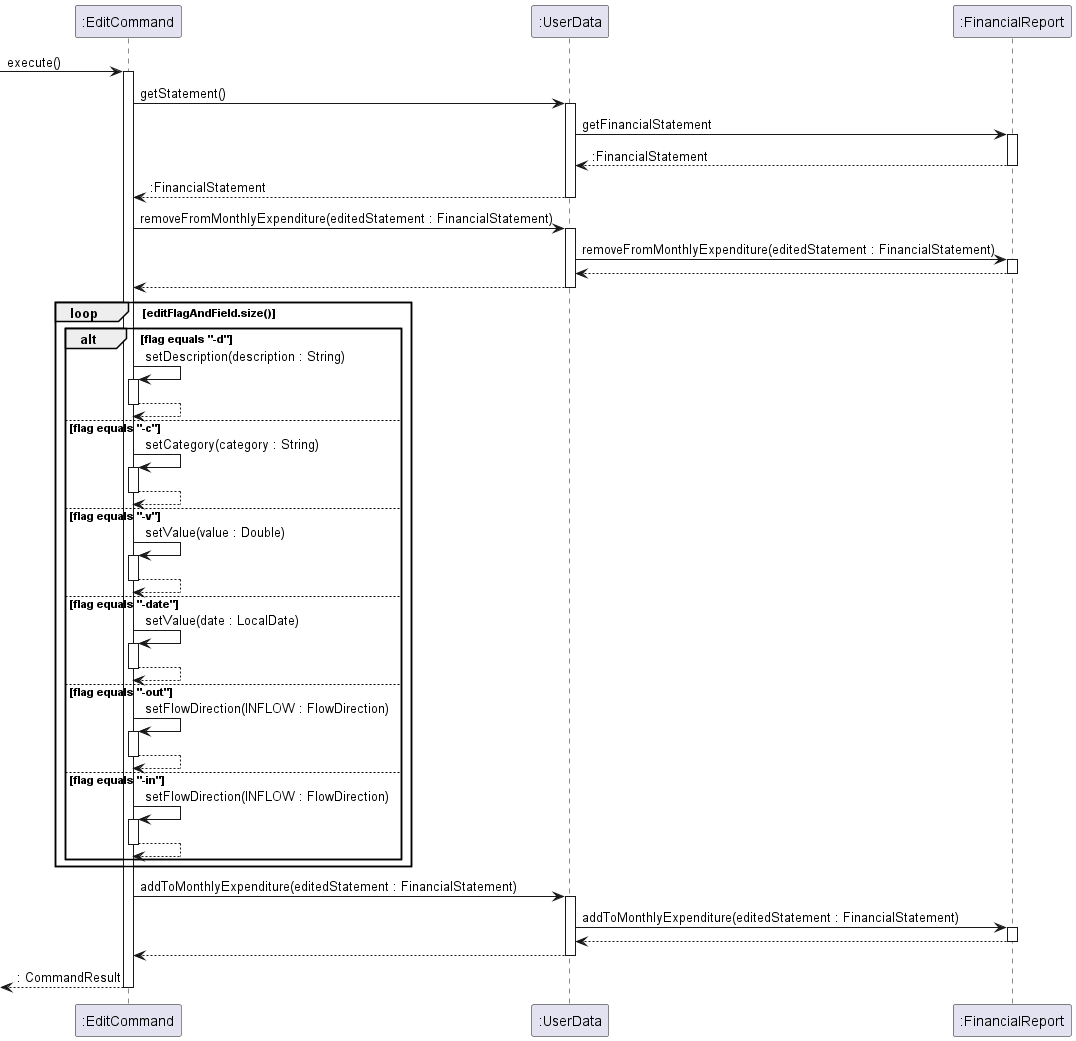
Before: docs/images/DeveloperGuide/EditCommand.png, a diagram exported from PlantUML (nus-cs2113-AY2223S2/tp).
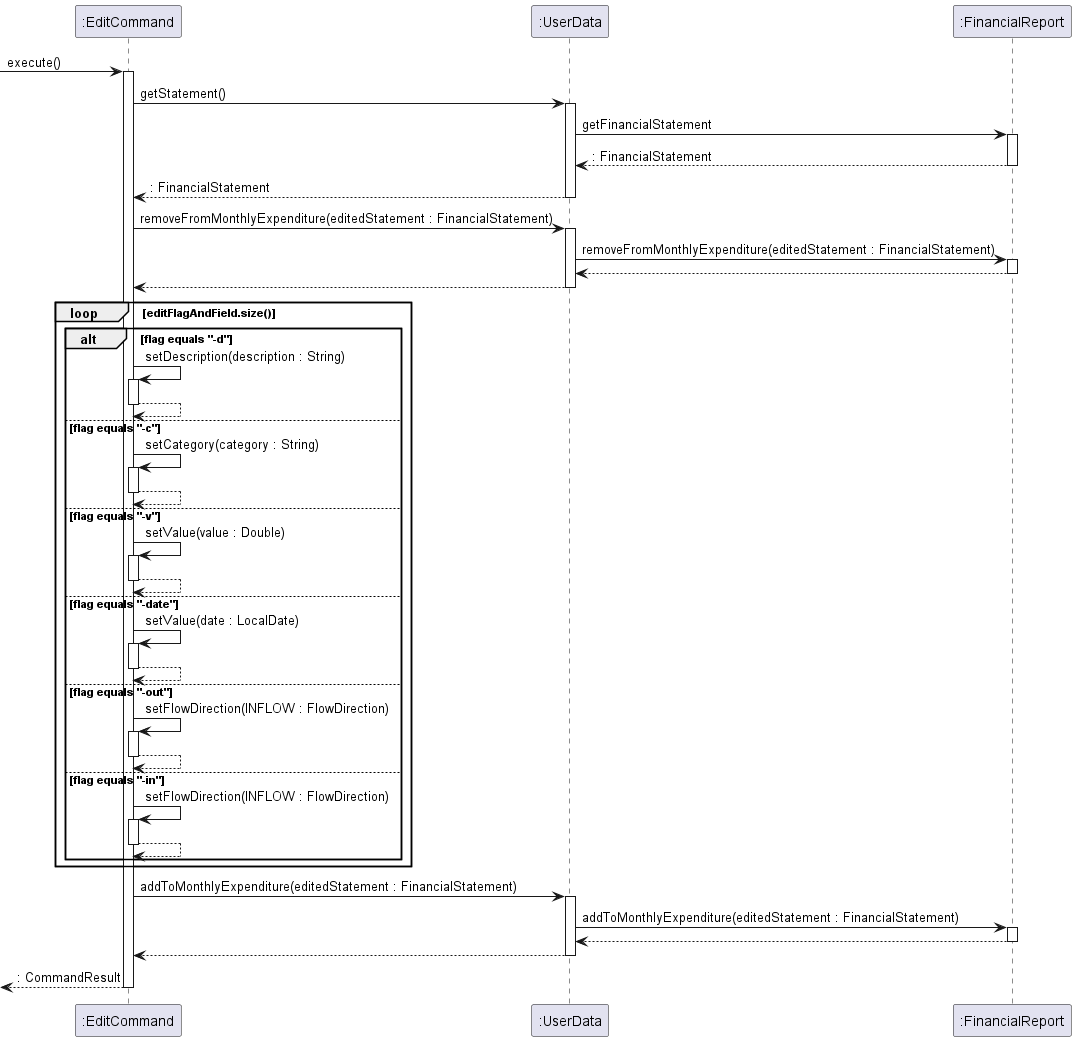
Above is the later version.

Diff of the diagram source:
```diff
@@ -11,10 +11,10 @@
 
 UserData -> FinancialReport : getFinancialStatement
 activate FinancialReport
-FinancialReport --> UserData: :FinancialStatement
+FinancialReport --> UserData: : FinancialStatement
 deactivate FinancialReport
 
-UserData --> EditCommand : :FinancialStatement
+UserData --> EditCommand : : FinancialStatement
 deactivate UserData
 
 EditCommand -> UserData : removeFromMonthlyExpenditure(editedStatement : FinancialStatement)
```
